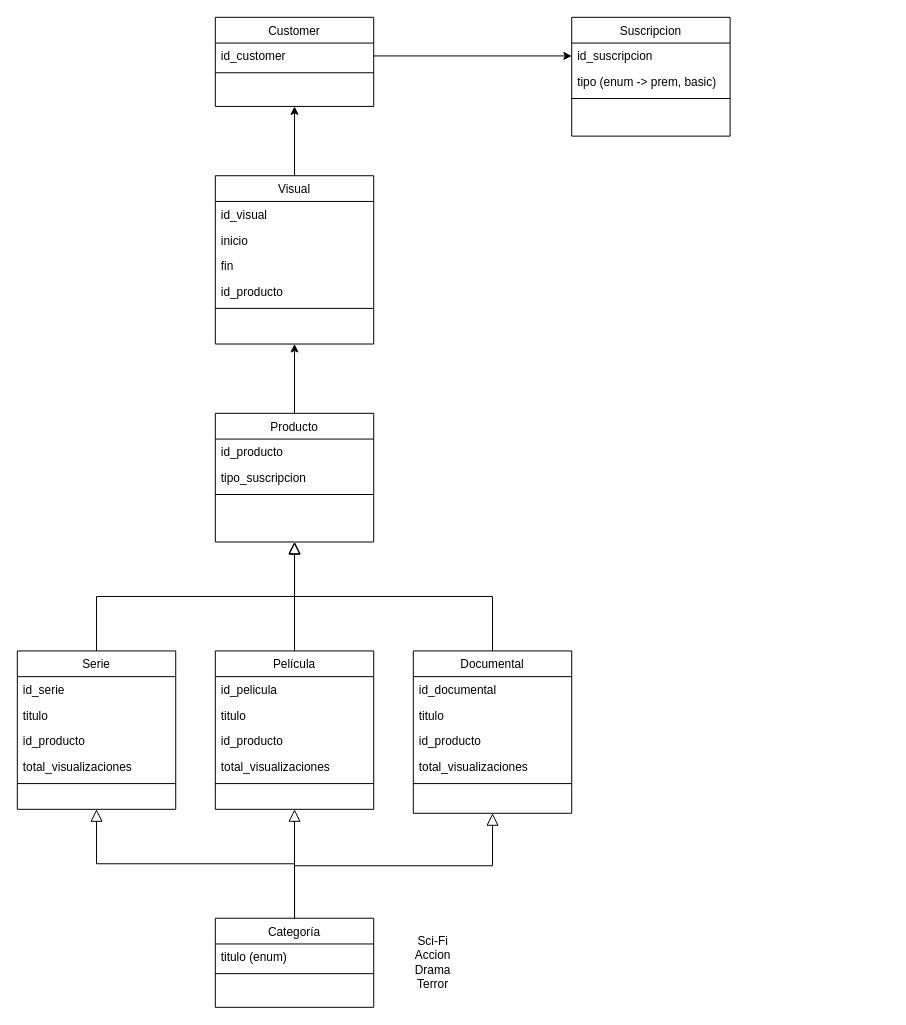
This is 1ev/UML/netflix.drawio from raulmoralesruiz/DWES, a draw.io file, before an edit. Source tidied: cells renumbered, new cells numbered last; positions are measured from the earlier drawing's top-left corner, leaving out a move shared by most shapes. Both pictures are drawn from the tidied source at 99%, with x=0, y=0 at pixel (17, 17).
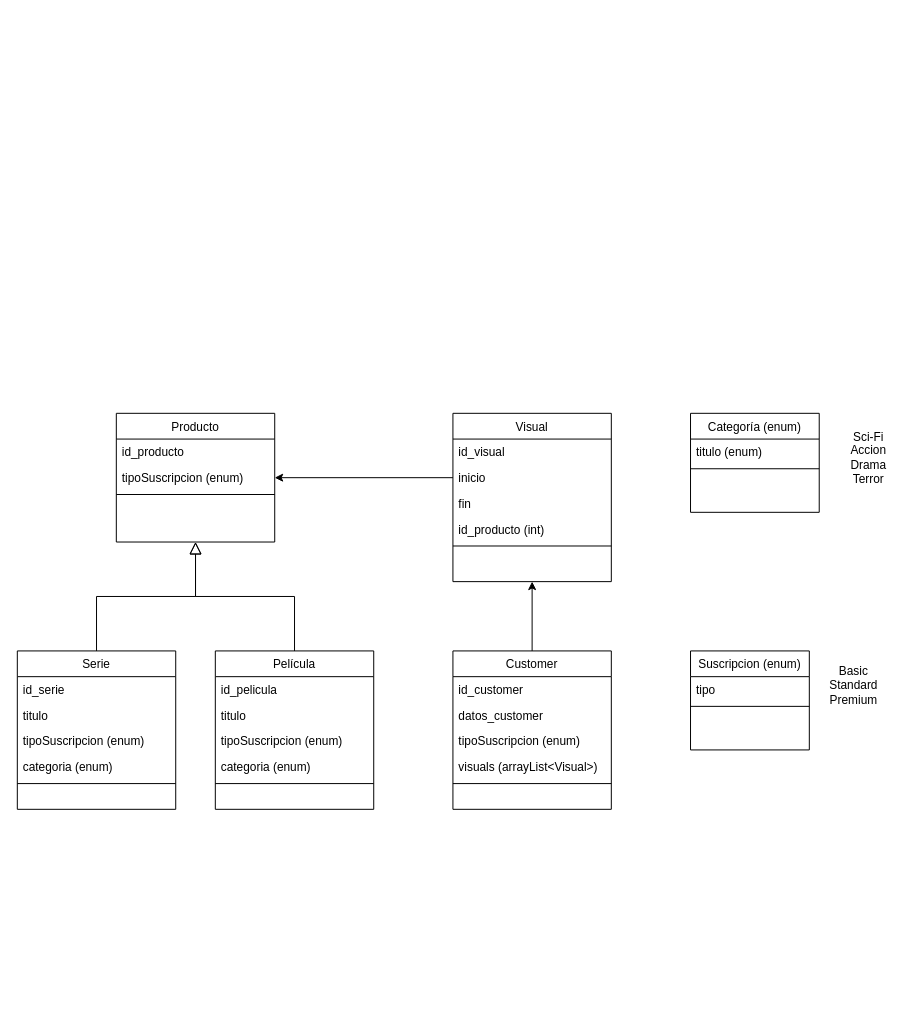
Above is the later version.

The change refers to these unchanged cells:
```xml
<mxCell id="4" value="Serie" style="swimlane;fontStyle=0;align=center;verticalAlign=top;horizontal=1;startSize=26;rounded=0;shadow=0;strokeWidth=1;" parent="1" vertex="1">
  <mxGeometry y="640" width="160" height="160" as="geometry" />
</mxCell>
<mxCell id="10" value="Película" style="swimlane;fontStyle=0;align=center;verticalAlign=top;horizontal=1;startSize=26;rounded=0;shadow=0;strokeWidth=1;" parent="1" vertex="1">
  <mxGeometry x="200" y="640" width="160" height="160" as="geometry" />
</mxCell>
<mxCell id="41" value="id_customer" style="text;align=left;verticalAlign=top;spacingLeft=4;spacingRight=4;overflow=hidden;points=[[0,0.5],[1,0.5]];portConstraint=eastwest;" parent="40" vertex="1">
  <mxGeometry y="26" width="160" height="26" as="geometry" />
</mxCell>
<mxCell id="46" value="inicio" style="text;align=left;verticalAlign=top;spacingLeft=4;spacingRight=4;overflow=hidden;points=[[0,0.5],[1,0.5]];portConstraint=eastwest;" parent="44" vertex="1">
  <mxGeometry y="52" width="160" height="26" as="geometry" />
</mxCell>
```

What changed in the source:
```diff
@@
-    <mxCell id="7" value="id_producto" style="text;align=left;verticalAlign=top;spacingLeft=4;spacingRight=4;overflow=hidden;rounded=0;shadow=0;html=0;" parent="4" vertex="1">
+    <mxCell id="7" value="tipoSuscripcion (enum)" style="text;align=left;verticalAlign=top;spacingLeft=4;spacingRight=4;overflow=hidden;rounded=0;shadow=0;html=0;" parent="4" vertex="1">
       <mxGeometry y="78" width="160" height="26" as="geometry" />
     </mxCell>
-    <mxCell id="8" value="total_visualizaciones" style="text;align=left;verticalAlign=top;spacingLeft=4;spacingRight=4;overflow=hidden;rounded=0;shadow=0;html=0;" parent="4" vertex="1">
+    <mxCell id="8" value="categoria (enum)" style="text;align=left;verticalAlign=top;spacingLeft=4;spacingRight=4;overflow=hidden;rounded=0;shadow=0;html=0;" parent="4" vertex="1">
       <mxGeometry y="104" width="160" height="26" as="geometry" />
     </mxCell>
@@
-    <mxCell id="13" value="id_producto" style="text;align=left;verticalAlign=top;spacingLeft=4;spacingRight=4;overflow=hidden;rounded=0;shadow=0;html=0;" parent="10" vertex="1">
+    <mxCell id="13" value="tipoSuscripcion (enum)" style="text;align=left;verticalAlign=top;spacingLeft=4;spacingRight=4;overflow=hidden;rounded=0;shadow=0;html=0;" parent="10" vertex="1">
       <mxGeometry y="78" width="160" height="26" as="geometry" />
     </mxCell>
-    <mxCell id="14" value="total_visualizaciones" style="text;align=left;verticalAlign=top;spacingLeft=4;spacingRight=4;overflow=hidden;rounded=0;shadow=0;html=0;" parent="10" vertex="1">
+    <mxCell id="14" value="categoria (enum)" style="text;align=left;verticalAlign=top;spacingLeft=4;spacingRight=4;overflow=hidden;rounded=0;shadow=0;html=0;" parent="10" vertex="1">
       <mxGeometry y="104" width="160" height="26" as="geometry" />
     </mxCell>
@@
-    <mxCell id="16" value="Documental" style="swimlane;fontStyle=0;align=center;verticalAlign=top;horizontal=1;startSize=26;rounded=0;shadow=0;strokeWidth=1;" parent="1" vertex="1">
-      <mxGeometry x="400" y="640" width="160" height="164" as="geometry" />
-    </mxCell>
-    <mxCell id="17" value="id_documental" style="text;align=left;verticalAlign=top;spacingLeft=4;spacingRight=4;overflow=hidden;" parent="16" vertex="1">
-      <mxGeometry y="26" width="160" height="26" as="geometry" />
-    </mxCell>
-    <mxCell id="18" value="titulo" style="text;align=left;verticalAlign=top;spacingLeft=4;spacingRight=4;overflow=hidden;rounded=0;shadow=0;html=0;" parent="16" vertex="1">
-      <mxGeometry y="52" width="160" height="26" as="geometry" />
-    </mxCell>
-    <mxCell id="19" value="id_producto" style="text;align=left;verticalAlign=top;spacingLeft=4;spacingRight=4;overflow=hidden;rounded=0;shadow=0;html=0;" parent="16" vertex="1">
-      <mxGeometry y="78" width="160" height="26" as="geometry" />
-    </mxCell>
-    <mxCell id="20" value="total_visualizaciones" style="text;align=left;verticalAlign=top;spacingLeft=4;spacingRight=4;overflow=hidden;rounded=0;shadow=0;html=0;" parent="16" vertex="1">
-      <mxGeometry y="104" width="160" height="26" as="geometry" />
-    </mxCell>
-    <mxCell id="21" style="line;html=1;strokeWidth=1;align=left;verticalAlign=middle;spacingTop=-1;spacingLeft=3;spacingRight=3;labelPosition=right;" parent="16" vertex="1">
-      <mxGeometry y="130" width="160" height="8" as="geometry" />
-    </mxCell>
-    <mxCell id="22" style="endArrow=block;endSize=10;endFill=0;shadow=0;strokeWidth=1;rounded=0;edgeStyle=elbowEdgeStyle;elbow=vertical;entryX=0.5;entryY=1;entryDx=0;entryDy=0;" parent="1" edge="1" target="24">
-      <mxGeometry relative="1" as="geometry">
-        <mxPoint x="480" y="640" as="sourcePoint" />
-      </mxGeometry>
-    </mxCell>
-    <mxCell id="23" style="edgeStyle=orthogonalEdgeStyle;rounded=0;jettySize=auto;html=1;exitX=0.5;exitY=0;exitDx=0;exitDy=0;entryX=0.5;entryY=1;entryDx=0;entryDy=0;" parent="1" edge="1" source="24" target="44">
-      <mxGeometry relative="1" as="geometry" />
-    </mxCell>
+    <mxCell id="34" style="edgeStyle=orthogonalEdgeStyle;rounded=0;jettySize=auto;html=1;exitX=0.5;exitY=0;exitDx=0;exitDy=0;entryX=0.5;entryY=1;entryDx=0;entryDy=0;" parent="1" edge="1" source="40" target="44">
+      <mxGeometry relative="1" as="geometry" />
+    </mxCell>
+    <mxCell id="43" value="&lt;div&gt;Sci-Fi&lt;/div&gt;&lt;div&gt;Accion&lt;/div&gt;&lt;div&gt;Drama&lt;/div&gt;&lt;div&gt;Terror&lt;br&gt;&lt;/div&gt;" style="text;html=1;strokeColor=none;fillColor=none;align=center;verticalAlign=middle;whiteSpace=wrap;rounded=0;" parent="1" vertex="1">
+      <mxGeometry x="840" y="410" width="40" height="70" as="geometry" />
+    </mxCell>
     <mxCell id="24" value="Producto" style="swimlane;fontStyle=0;align=center;verticalAlign=top;horizontal=1;startSize=26;rounded=0;shadow=0;strokeWidth=1;" parent="1" vertex="1">
-      <mxGeometry x="200" y="400" width="160" height="130" as="geometry" />
+      <mxGeometry x="100" y="400" width="160" height="130" as="geometry" />
     </mxCell>
@@
-    <mxCell id="26" value="tipo_suscripcion" style="text;align=left;verticalAlign=top;spacingLeft=4;spacingRight=4;overflow=hidden;points=[[0,0.5],[1,0.5]];portConstraint=eastwest;" parent="24" vertex="1">
+    <mxCell id="26" value="tipoSuscripcion (enum)" style="text;align=left;verticalAlign=top;spacingLeft=4;spacingRight=4;overflow=hidden;points=[[0,0.5],[1,0.5]];portConstraint=eastwest;" parent="24" vertex="1">
       <mxGeometry y="52" width="160" height="26" as="geometry" />
     </mxCell>
@@
-    <mxCell id="28" style="endArrow=block;endSize=10;endFill=0;shadow=0;strokeWidth=1;rounded=0;edgeStyle=elbowEdgeStyle;elbow=vertical;exitX=0.5;exitY=0;exitDx=0;exitDy=0;entryX=0.5;entryY=1;entryDx=0;entryDy=0;" parent="1" edge="1" source="31" target="4">
-      <mxGeometry relative="1" as="geometry" />
-    </mxCell>
-    <mxCell id="29" style="endArrow=block;endSize=10;endFill=0;shadow=0;strokeWidth=1;rounded=0;edgeStyle=elbowEdgeStyle;elbow=vertical;exitX=0.5;exitY=0;exitDx=0;exitDy=0;entryX=0.5;entryY=1;entryDx=0;entryDy=0;" parent="1" edge="1" source="31" target="10">
-      <mxGeometry relative="1" as="geometry" />
-    </mxCell>
-    <mxCell id="30" style="endArrow=block;endSize=10;endFill=0;shadow=0;strokeWidth=1;rounded=0;edgeStyle=elbowEdgeStyle;elbow=vertical;entryX=0.5;entryY=1;entryDx=0;entryDy=0;exitX=0.5;exitY=0;exitDx=0;exitDy=0;" parent="1" edge="1" source="31" target="16">
-      <mxGeometry relative="1" as="geometry" />
-    </mxCell>
-    <mxCell id="31" value="Categoría" style="swimlane;fontStyle=0;align=center;verticalAlign=top;horizontal=1;startSize=26;rounded=0;shadow=0;strokeWidth=1;" parent="1" vertex="1">
-      <mxGeometry x="200" y="910" width="160" height="90" as="geometry" />
-    </mxCell>
-    <mxCell id="32" value="titulo (enum)" style="text;align=left;verticalAlign=top;spacingLeft=4;spacingRight=4;overflow=hidden;" parent="31" vertex="1">
-      <mxGeometry y="26" width="160" height="26" as="geometry" />
-    </mxCell>
-    <mxCell id="33" style="line;html=1;strokeWidth=1;align=left;verticalAlign=middle;spacingTop=-1;spacingLeft=3;spacingRight=3;labelPosition=right;" parent="31" vertex="1">
-      <mxGeometry y="52" width="160" height="8" as="geometry" />
-    </mxCell>
-    <mxCell id="34" style="edgeStyle=orthogonalEdgeStyle;rounded=0;jettySize=auto;html=1;exitX=0.5;exitY=0;exitDx=0;exitDy=0;entryX=0.5;entryY=1;entryDx=0;entryDy=0;" parent="1" edge="1" source="44" target="40">
-      <mxGeometry relative="1" as="geometry" />
-    </mxCell>
-    <mxCell id="35" style="edgeStyle=orthogonalEdgeStyle;rounded=0;jettySize=auto;html=1;entryX=0;entryY=0.5;entryDx=0;entryDy=0;exitX=1;exitY=0.5;exitDx=0;exitDy=0;" parent="1" edge="1" source="41" target="37">
-      <mxGeometry relative="1" as="geometry" />
-    </mxCell>
+    <mxCell id="50" value="&lt;div&gt;Basic&lt;/div&gt;&lt;div&gt;Standard&lt;/div&gt;&lt;div&gt;Premium&lt;/div&gt;" style="text;html=1;strokeColor=none;fillColor=none;align=center;verticalAlign=middle;whiteSpace=wrap;rounded=0;" parent="1" vertex="1">
+      <mxGeometry x="810" y="640" width="70" height="70" as="geometry" />
+    </mxCell>
+    <mxCell id="23" style="edgeStyle=orthogonalEdgeStyle;rounded=0;jettySize=auto;html=1;entryX=1;entryY=0.5;entryDx=0;entryDy=0;exitX=0;exitY=0.5;exitDx=0;exitDy=0;" parent="1" edge="1" source="46" target="26">
+      <mxGeometry relative="1" as="geometry" />
+    </mxCell>
-    <mxCell id="36" value="Suscripcion" style="swimlane;fontStyle=0;align=center;verticalAlign=top;horizontal=1;startSize=26;rounded=0;shadow=0;strokeWidth=1;" parent="1" vertex="1">
-      <mxGeometry x="560" width="160" height="120" as="geometry" />
+    <mxCell id="36" value="Suscripcion (enum)" style="swimlane;fontStyle=0;align=center;verticalAlign=top;horizontal=1;startSize=26;rounded=0;shadow=0;strokeWidth=1;" parent="1" vertex="1">
+      <mxGeometry x="680" y="640" width="120" height="100" as="geometry" />
     </mxCell>
-    <mxCell id="37" value="id_suscripcion" style="text;align=left;verticalAlign=top;spacingLeft=4;spacingRight=4;overflow=hidden;points=[[0,0.5],[1,0.5]];portConstraint=eastwest;" parent="36" vertex="1">
-      <mxGeometry y="26" width="160" height="26" as="geometry" />
-    </mxCell>
-    <mxCell id="38" value="tipo (enum -&gt; prem, basic)" style="text;align=left;verticalAlign=top;spacingLeft=4;spacingRight=4;overflow=hidden;" parent="36" vertex="1">
-      <mxGeometry y="52" width="160" height="26" as="geometry" />
+    <mxCell id="38" value="tipo" style="text;align=left;verticalAlign=top;spacingLeft=4;spacingRight=4;overflow=hidden;" parent="36" vertex="1">
+      <mxGeometry y="26" width="120" height="26" as="geometry" />
     </mxCell>
     <mxCell id="39" style="line;html=1;strokeWidth=1;align=left;verticalAlign=middle;spacingTop=-1;spacingLeft=3;spacingRight=3;labelPosition=right;" parent="36" vertex="1">
-      <mxGeometry y="78" width="160" height="8" as="geometry" />
+      <mxGeometry y="52" width="120" height="8" as="geometry" />
     </mxCell>
     <mxCell id="40" value="Customer" style="swimlane;fontStyle=0;align=center;verticalAlign=top;horizontal=1;startSize=26;rounded=0;shadow=0;strokeWidth=1;" parent="1" vertex="1">
-      <mxGeometry x="200" width="160" height="90" as="geometry" />
+      <mxGeometry x="440" y="640" width="160" height="160" as="geometry" />
     </mxCell>
@@
+    <mxCell id="51" value="datos_customer" style="text;align=left;verticalAlign=top;spacingLeft=4;spacingRight=4;overflow=hidden;" parent="40" vertex="1">
+      <mxGeometry y="52" width="160" height="26" as="geometry" />
+    </mxCell>
+    <mxCell id="52" value="tipoSuscripcion (enum)" style="text;align=left;verticalAlign=top;spacingLeft=4;spacingRight=4;overflow=hidden;" parent="40" vertex="1">
+      <mxGeometry y="78" width="160" height="26" as="geometry" />
+    </mxCell>
+    <mxCell id="53" value="visuals (arrayList&lt;Visual&gt;)" style="text;align=left;verticalAlign=top;spacingLeft=4;spacingRight=4;overflow=hidden;" parent="40" vertex="1">
+      <mxGeometry y="104" width="160" height="26" as="geometry" />
+    </mxCell>
     <mxCell id="42" style="line;html=1;strokeWidth=1;align=left;verticalAlign=middle;spacingTop=-1;spacingLeft=3;spacingRight=3;labelPosition=right;" parent="40" vertex="1">
-      <mxGeometry y="52" width="160" height="8" as="geometry" />
+      <mxGeometry y="130" width="160" height="8" as="geometry" />
     </mxCell>
-    <mxCell id="43" value="&lt;div&gt;Sci-Fi&lt;/div&gt;&lt;div&gt;Accion&lt;/div&gt;&lt;div&gt;Drama&lt;/div&gt;&lt;div&gt;Terror&lt;br&gt;&lt;/div&gt;" style="text;html=1;strokeColor=none;fillColor=none;align=center;verticalAlign=middle;whiteSpace=wrap;rounded=0;" parent="1" vertex="1">
-      <mxGeometry x="400" y="920" width="40" height="70" as="geometry" />
-    </mxCell>
     <mxCell id="44" value="Visual" style="swimlane;fontStyle=0;align=center;verticalAlign=top;horizontal=1;startSize=26;rounded=0;shadow=0;strokeWidth=1;" parent="1" vertex="1">
-      <mxGeometry x="200" y="160" width="160" height="170" as="geometry" />
+      <mxGeometry x="440" y="400" width="160" height="170" as="geometry" />
     </mxCell>
@@
-    <mxCell id="48" value="id_producto" style="text;align=left;verticalAlign=top;spacingLeft=4;spacingRight=4;overflow=hidden;" parent="44" vertex="1">
+    <mxCell id="48" value="id_producto (int)" style="text;align=left;verticalAlign=top;spacingLeft=4;spacingRight=4;overflow=hidden;" parent="44" vertex="1">
       <mxGeometry y="104" width="160" height="26" as="geometry" />
     </mxCell>
@@
+    <mxCell id="31" value="Categoría (enum)" style="swimlane;fontStyle=0;align=center;verticalAlign=top;horizontal=1;startSize=26;rounded=0;shadow=0;strokeWidth=1;" parent="1" vertex="1">
+      <mxGeometry x="680" y="400" width="130" height="100" as="geometry" />
+    </mxCell>
+    <mxCell id="32" value="titulo (enum)" style="text;align=left;verticalAlign=top;spacingLeft=4;spacingRight=4;overflow=hidden;" parent="31" vertex="1">
+      <mxGeometry y="26" width="130" height="26" as="geometry" />
+    </mxCell>
+    <mxCell id="33" style="line;html=1;strokeWidth=1;align=left;verticalAlign=middle;spacingTop=-1;spacingLeft=3;spacingRight=3;labelPosition=right;" parent="31" vertex="1">
+      <mxGeometry y="52" width="130" height="8" as="geometry" />
+    </mxCell>
```
